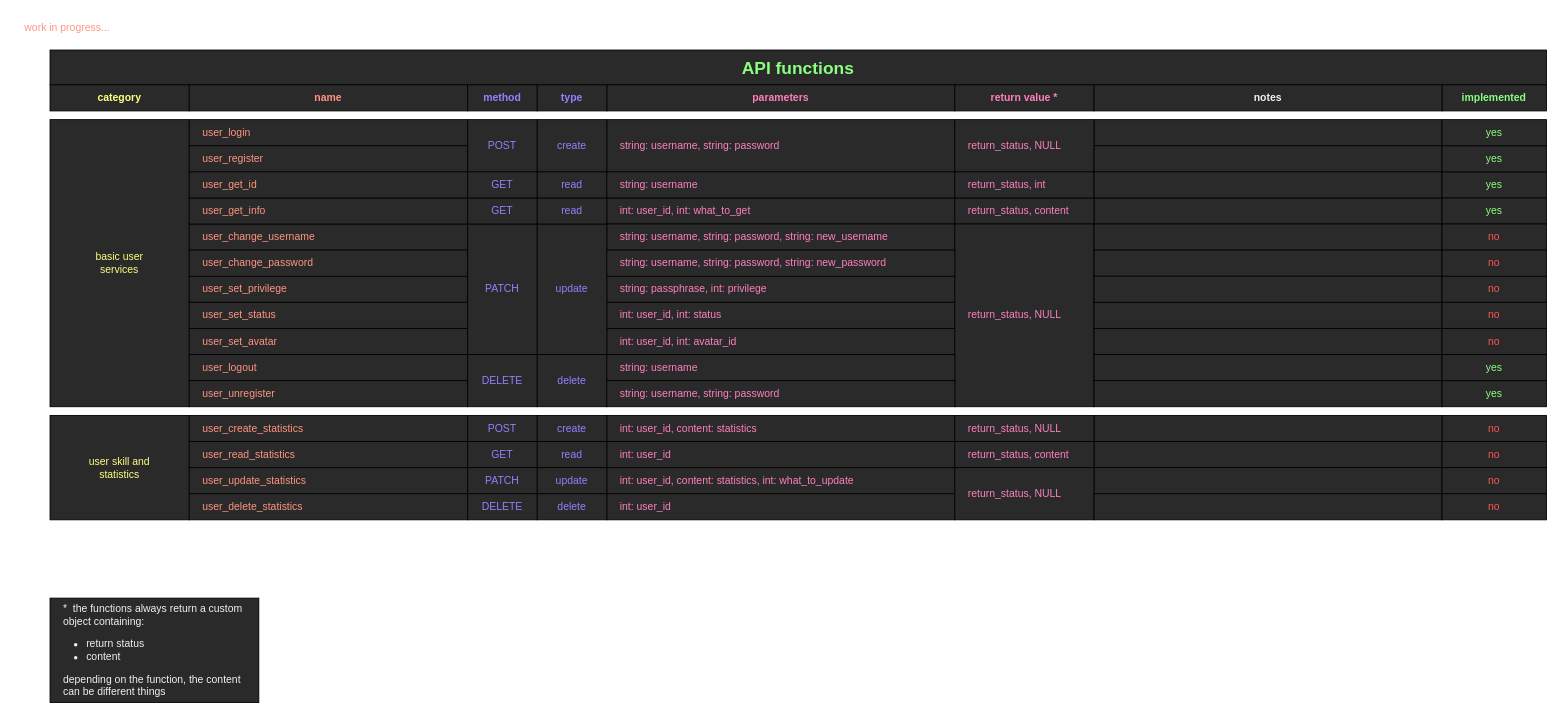
WaitingPigeon/BMCards keeps this draw.io diagram as page "API functions" (4 of 5) of Backend/BMCards_final_architecture.drawio. Above is the earlier version. Source tidied: cells renumbered, new cells numbered last; positions are measured from the earlier drawing's top-left corner, leaving out a move shared by most shapes. Both pictures are drawn from the tidied source at 87%, with x=0, y=0 at pixel (15, 15).
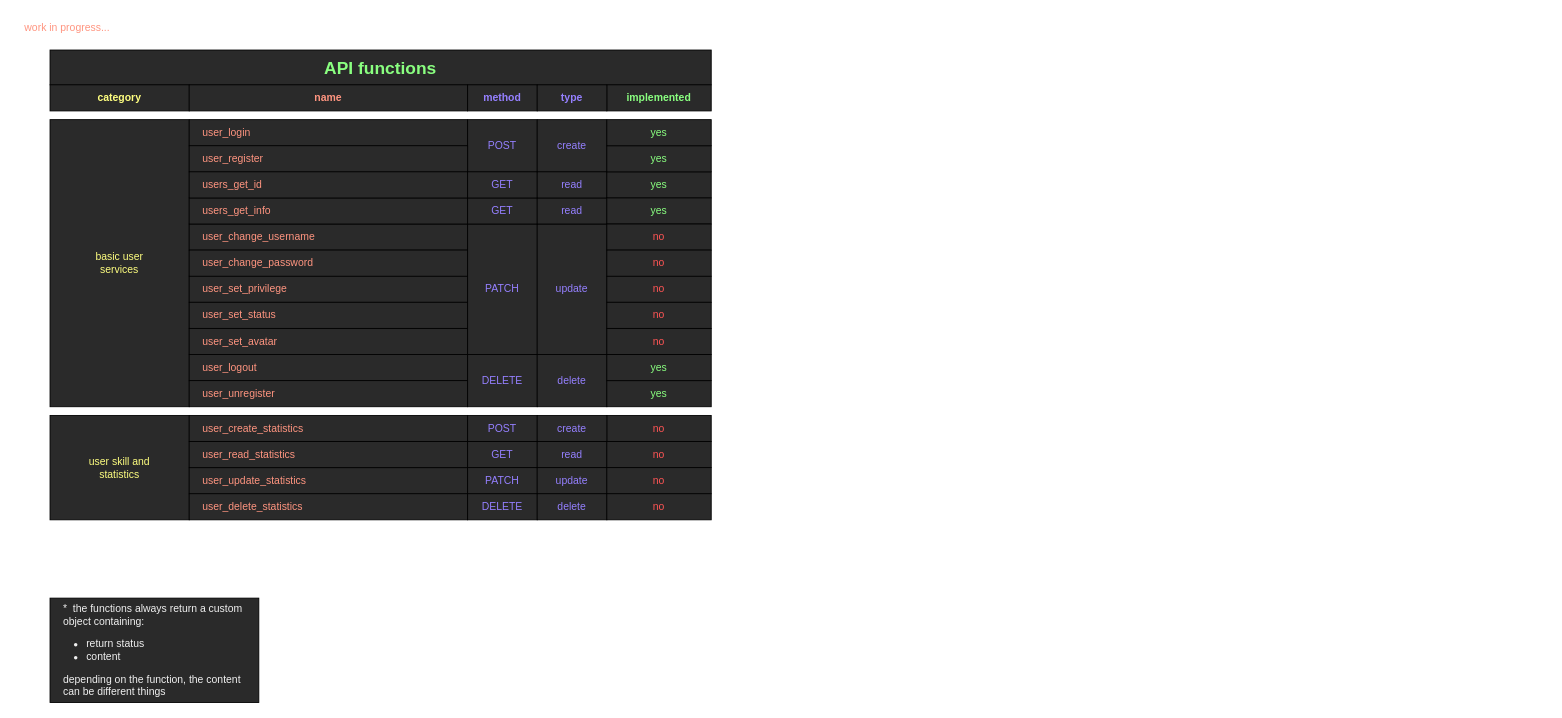
The same diagram, later.

Change to the diagram source:
```diff
@@
     <mxCell id="2" value="&lt;b&gt;&lt;font style=&quot;font-size: 20px;&quot;&gt;API functions&lt;/font&gt;&lt;/b&gt;" style="rounded=0;whiteSpace=wrap;html=1;fillColor=#2A2A2A;fontColor=#8AFF80;" parent="1" vertex="1">
-      <mxGeometry x="40" y="40" width="1720" height="40" as="geometry" />
+      <mxGeometry x="40" y="40" width="760" height="40" as="geometry" />
     </mxCell>
@@
-    <mxCell id="6" value="parameters" style="rounded=0;whiteSpace=wrap;html=1;fontSize=12;fillColor=#2A2A2A;fontColor=#ff80bf;fontStyle=1;" parent="1" vertex="1">
-      <mxGeometry x="680" y="80" width="400" height="30" as="geometry" />
-    </mxCell>
-    <mxCell id="7" value="&lt;font color=&quot;#ff80bf&quot;&gt;return value *&lt;/font&gt;" style="rounded=0;whiteSpace=wrap;html=1;fontSize=12;fillColor=#2A2A2A;fontColor=#F0F0F0;fontStyle=1;" parent="1" vertex="1">
-      <mxGeometry x="1080" y="80" width="160" height="30" as="geometry" />
-    </mxCell>
@@
-    <mxCell id="11" value="&amp;nbsp; &amp;nbsp; string: username, string: password" style="rounded=0;whiteSpace=wrap;html=1;fontSize=12;fillColor=#2A2A2A;fontColor=#ff80bf;fontStyle=0;align=left;" parent="1" vertex="1">
-      <mxGeometry x="680" y="120" width="400" height="60" as="geometry" />
-    </mxCell>
-    <mxCell id="12" style="rounded=0;whiteSpace=wrap;html=1;fontSize=12;fillColor=#2A2A2A;fontColor=#F0F0F0;fontStyle=0;align=left;" parent="1" vertex="1">
-      <mxGeometry x="1240" y="120" width="400" height="30" as="geometry" />
-    </mxCell>
@@
-    <mxCell id="15" value="&amp;nbsp; &amp;nbsp; int: user_id, int: what_to_get" style="rounded=0;whiteSpace=wrap;html=1;fontSize=12;fillColor=#2A2A2A;fontColor=#ff80bf;fontStyle=0;align=left;" parent="1" vertex="1">
-      <mxGeometry x="680" y="210" width="400" height="30" as="geometry" />
-    </mxCell>
@@
-    <mxCell id="17" value="&amp;nbsp; &amp;nbsp; string: username, string: password, string: new_username" style="rounded=0;whiteSpace=wrap;html=1;fontSize=12;fillColor=#2A2A2A;fontColor=#ff80bf;fontStyle=0;align=left;" parent="1" vertex="1">
-      <mxGeometry x="680" y="240" width="400" height="30" as="geometry" />
-    </mxCell>
@@
-    <mxCell id="20" value="&amp;nbsp; &amp;nbsp; string: passphrase, int: privilege" style="rounded=0;whiteSpace=wrap;html=1;fontSize=12;fillColor=#2A2A2A;fontColor=#ff80bf;fontStyle=0;align=left;" parent="1" vertex="1">
-      <mxGeometry x="680" y="300" width="400" height="30" as="geometry" />
-    </mxCell>
@@
-    <mxCell id="22" value="&amp;nbsp; &amp;nbsp; int: user_id, int: status" style="rounded=0;whiteSpace=wrap;html=1;fontSize=12;fillColor=#2A2A2A;fontColor=#ff80bf;fontStyle=0;align=left;" parent="1" vertex="1">
-      <mxGeometry x="680" y="330" width="400" height="30" as="geometry" />
-    </mxCell>
@@
-    <mxCell id="24" value="&amp;nbsp; &amp;nbsp; int: user_id, int: avatar_id" style="rounded=0;whiteSpace=wrap;html=1;fontSize=12;fillColor=#2A2A2A;fontColor=#ff80bf;fontStyle=0;align=left;" parent="1" vertex="1">
-      <mxGeometry x="680" y="360" width="400" height="30" as="geometry" />
-    </mxCell>
@@
-    <mxCell id="29" value="&amp;nbsp; &amp;nbsp; int: user_id, content: statistics" style="rounded=0;whiteSpace=wrap;html=1;fontSize=12;fillColor=#2A2A2A;fontColor=#ff80bf;fontStyle=0;align=left;" parent="1" vertex="1">
-      <mxGeometry x="680" y="460" width="400" height="30" as="geometry" />
-    </mxCell>
@@
-    <mxCell id="31" value="&amp;nbsp; &amp;nbsp; int: user_id, content: statistics, int: what_to_update" style="rounded=0;whiteSpace=wrap;html=1;fontSize=12;fillColor=#2A2A2A;fontColor=#ff80bf;fontStyle=0;align=left;" parent="1" vertex="1">
-      <mxGeometry x="680" y="520" width="400" height="30" as="geometry" />
-    </mxCell>
@@
-    <mxCell id="33" value="&amp;nbsp; &amp;nbsp; int: user_id" style="rounded=0;whiteSpace=wrap;html=1;fontSize=12;fillColor=#2A2A2A;fontColor=#ff80bf;fontStyle=0;align=left;" parent="1" vertex="1">
-      <mxGeometry x="680" y="490" width="400" height="30" as="geometry" />
-    </mxCell>
@@
-    <mxCell id="35" value="&amp;nbsp; &amp;nbsp; int: user_id" style="rounded=0;whiteSpace=wrap;html=1;fontSize=12;fillColor=#2A2A2A;fontColor=#ff80bf;fontStyle=0;align=left;" parent="1" vertex="1">
-      <mxGeometry x="680" y="550" width="400" height="30" as="geometry" />
-    </mxCell>
-    <mxCell id="36" value="&amp;nbsp; &amp;nbsp; user_get_info" style="rounded=0;whiteSpace=wrap;html=1;fontSize=12;fillColor=#2A2A2A;fontColor=#FF9580;fontStyle=0;align=left;" parent="1" vertex="1">
+    <mxCell id="36" value="&amp;nbsp; &amp;nbsp; users_get_info" style="rounded=0;whiteSpace=wrap;html=1;fontSize=12;fillColor=#2A2A2A;fontColor=#FF9580;fontStyle=0;align=left;" parent="1" vertex="1">
       <mxGeometry x="200" y="210" width="320" height="30" as="geometry" />
     </mxCell>
     <mxCell id="37" value="implemented" style="rounded=0;whiteSpace=wrap;html=1;fontSize=12;fillColor=#2A2A2A;fontColor=#8AFF80;fontStyle=1;" parent="1" vertex="1">
-      <mxGeometry x="1640" y="80" width="120" height="30" as="geometry" />
+      <mxGeometry x="680" y="80" width="120" height="30" as="geometry" />
     </mxCell>
     <mxCell id="38" value="no" style="rounded=0;whiteSpace=wrap;html=1;fontSize=12;fillColor=#2A2A2A;fontColor=#ff5555;fontStyle=0;" parent="1" vertex="1">
-      <mxGeometry x="1640" y="460" width="120" height="30" as="geometry" />
+      <mxGeometry x="680" y="460" width="120" height="30" as="geometry" />
     </mxCell>
@@
-    <mxCell id="54" value="&amp;nbsp; &amp;nbsp; return_status, NULL" style="rounded=0;whiteSpace=wrap;html=1;fontSize=12;fillColor=#2A2A2A;fontColor=#FF80BF;fontStyle=0;align=left;" parent="1" vertex="1">
-      <mxGeometry x="1080" y="120" width="160" height="60" as="geometry" />
-    </mxCell>
-    <mxCell id="55" value="&lt;b&gt;notes&lt;/b&gt;" style="rounded=0;whiteSpace=wrap;html=1;fontSize=12;fillColor=#2A2A2A;fontColor=#F0F0F0;fontStyle=0;align=center;" parent="1" vertex="1">
-      <mxGeometry x="1240" y="80" width="400" height="30" as="geometry" />
-    </mxCell>
-    <mxCell id="56" style="rounded=0;whiteSpace=wrap;html=1;fontSize=12;fillColor=#2A2A2A;fontColor=#F0F0F0;fontStyle=0;align=left;" parent="1" vertex="1">
-      <mxGeometry x="1240" y="150" width="400" height="30" as="geometry" />
-    </mxCell>
-    <mxCell id="57" style="rounded=0;whiteSpace=wrap;html=1;fontSize=12;fillColor=#2A2A2A;fontColor=#F0F0F0;fontStyle=0;align=left;" parent="1" vertex="1">
-      <mxGeometry x="1240" y="210" width="400" height="30" as="geometry" />
-    </mxCell>
-    <mxCell id="58" value="&amp;nbsp; &amp;nbsp; return_status, content" style="rounded=0;whiteSpace=wrap;html=1;fontSize=12;fillColor=#2A2A2A;fontColor=#FF80BF;fontStyle=0;align=left;" parent="1" vertex="1">
-      <mxGeometry x="1080" y="210" width="160" height="30" as="geometry" />
-    </mxCell>
-    <mxCell id="59" value="&amp;nbsp; &amp;nbsp; return_status, NULL" style="rounded=0;whiteSpace=wrap;html=1;fontSize=12;fillColor=#2A2A2A;fontColor=#FF80BF;fontStyle=0;align=left;" parent="1" vertex="1">
-      <mxGeometry x="1080" y="240" width="160" height="210" as="geometry" />
-    </mxCell>
-    <mxCell id="60" style="rounded=0;whiteSpace=wrap;html=1;fontSize=12;fillColor=#2A2A2A;fontColor=#F0F0F0;fontStyle=0;align=left;" parent="1" vertex="1">
-      <mxGeometry x="1240" y="460" width="400" height="30" as="geometry" />
-    </mxCell>
-    <mxCell id="61" value="&amp;nbsp; &amp;nbsp; return_status, NULL" style="rounded=0;whiteSpace=wrap;html=1;fontSize=12;fillColor=#2A2A2A;fontColor=#FF80BF;fontStyle=0;align=left;" parent="1" vertex="1">
-      <mxGeometry x="1080" y="460" width="160" height="30" as="geometry" />
-    </mxCell>
-    <mxCell id="62" style="rounded=0;whiteSpace=wrap;html=1;fontSize=12;fillColor=#2A2A2A;fontColor=#F0F0F0;fontStyle=0;align=left;" parent="1" vertex="1">
-      <mxGeometry x="1240" y="490" width="400" height="30" as="geometry" />
-    </mxCell>
-    <mxCell id="63" value="&amp;nbsp; &amp;nbsp; return_status, content" style="rounded=0;whiteSpace=wrap;html=1;fontSize=12;fillColor=#2A2A2A;fontColor=#FF80BF;fontStyle=0;align=left;" parent="1" vertex="1">
-      <mxGeometry x="1080" y="490" width="160" height="30" as="geometry" />
-    </mxCell>
-    <mxCell id="64" style="rounded=0;whiteSpace=wrap;html=1;fontSize=12;fillColor=#2A2A2A;fontColor=#F0F0F0;fontStyle=0;align=left;" parent="1" vertex="1">
-      <mxGeometry x="1240" y="520" width="400" height="30" as="geometry" />
-    </mxCell>
-    <mxCell id="65" value="&amp;nbsp; &amp;nbsp; return_status, NULL" style="rounded=0;whiteSpace=wrap;html=1;fontSize=12;fillColor=#2A2A2A;fontColor=#FF80BF;fontStyle=0;align=left;" parent="1" vertex="1">
-      <mxGeometry x="1080" y="520" width="160" height="60" as="geometry" />
-    </mxCell>
-    <mxCell id="66" style="rounded=0;whiteSpace=wrap;html=1;fontSize=12;fillColor=#2A2A2A;fontColor=#F0F0F0;fontStyle=0;align=left;" parent="1" vertex="1">
-      <mxGeometry x="1240" y="550" width="400" height="30" as="geometry" />
-    </mxCell>
-    <mxCell id="67" value="&amp;nbsp; &amp;nbsp; string: username, string: password, string: new_password" style="rounded=0;whiteSpace=wrap;html=1;fontSize=12;fillColor=#2A2A2A;fontColor=#ff80bf;fontStyle=0;align=left;" parent="1" vertex="1">
-      <mxGeometry x="680" y="270" width="400" height="30" as="geometry" />
-    </mxCell>
@@
-    <mxCell id="69" style="rounded=0;whiteSpace=wrap;html=1;fontSize=12;fillColor=#2A2A2A;fontColor=#F0F0F0;fontStyle=0;align=left;" parent="1" vertex="1">
-      <mxGeometry x="1240" y="330" width="400" height="30" as="geometry" />
-    </mxCell>
-    <mxCell id="70" style="rounded=0;whiteSpace=wrap;html=1;fontSize=12;fillColor=#2A2A2A;fontColor=#F0F0F0;fontStyle=0;align=left;" parent="1" vertex="1">
-      <mxGeometry x="1240" y="360" width="400" height="30" as="geometry" />
-    </mxCell>
-    <mxCell id="71" style="rounded=0;whiteSpace=wrap;html=1;fontSize=12;fillColor=#2A2A2A;fontColor=#F0F0F0;fontStyle=0;align=left;" parent="1" vertex="1">
-      <mxGeometry x="1240" y="390" width="400" height="30" as="geometry" />
-    </mxCell>
-    <mxCell id="72" style="rounded=0;whiteSpace=wrap;html=1;fontSize=12;fillColor=#2A2A2A;fontColor=#F0F0F0;fontStyle=0;align=left;" parent="1" vertex="1">
-      <mxGeometry x="1240" y="420" width="400" height="30" as="geometry" />
-    </mxCell>
-    <mxCell id="73" style="rounded=0;whiteSpace=wrap;html=1;fontSize=12;fillColor=#2A2A2A;fontColor=#F0F0F0;fontStyle=0;align=left;" parent="1" vertex="1">
-      <mxGeometry x="1240" y="240" width="400" height="30" as="geometry" />
-    </mxCell>
-    <mxCell id="74" style="rounded=0;whiteSpace=wrap;html=1;fontSize=12;fillColor=#2A2A2A;fontColor=#F0F0F0;fontStyle=0;align=left;" parent="1" vertex="1">
-      <mxGeometry x="1240" y="270" width="400" height="30" as="geometry" />
-    </mxCell>
-    <mxCell id="75" style="rounded=0;whiteSpace=wrap;html=1;fontSize=12;fillColor=#2A2A2A;fontColor=#F0F0F0;fontStyle=0;align=left;" parent="1" vertex="1">
-      <mxGeometry x="1240" y="300" width="400" height="30" as="geometry" />
-    </mxCell>
-    <mxCell id="76" value="&amp;nbsp; &amp;nbsp; user_get_id" style="rounded=0;whiteSpace=wrap;html=1;fontSize=12;fillColor=#2A2A2A;fontColor=#FF9580;fontStyle=0;align=left;" parent="1" vertex="1">
+    <mxCell id="76" value="&amp;nbsp; &amp;nbsp; users_get_id" style="rounded=0;whiteSpace=wrap;html=1;fontSize=12;fillColor=#2A2A2A;fontColor=#FF9580;fontStyle=0;align=left;" parent="1" vertex="1">
       <mxGeometry x="200" y="180" width="320" height="30" as="geometry" />
     </mxCell>
@@
-    <mxCell id="79" value="&amp;nbsp; &amp;nbsp; string: username" style="rounded=0;whiteSpace=wrap;html=1;fontSize=12;fillColor=#2A2A2A;fontColor=#ff80bf;fontStyle=0;align=left;" parent="1" vertex="1">
-      <mxGeometry x="680" y="180" width="400" height="30" as="geometry" />
-    </mxCell>
-    <mxCell id="80" value="&amp;nbsp; &amp;nbsp; return_status, int" style="rounded=0;whiteSpace=wrap;html=1;fontSize=12;fillColor=#2A2A2A;fontColor=#FF80BF;fontStyle=0;align=left;" parent="1" vertex="1">
-      <mxGeometry x="1080" y="180" width="160" height="30" as="geometry" />
-    </mxCell>
-    <mxCell id="81" style="rounded=0;whiteSpace=wrap;html=1;fontSize=12;fillColor=#2A2A2A;fontColor=#F0F0F0;fontStyle=0;align=left;" parent="1" vertex="1">
-      <mxGeometry x="1240" y="180" width="400" height="30" as="geometry" />
-    </mxCell>
     <mxCell id="82" value="no" style="rounded=0;whiteSpace=wrap;html=1;fontSize=12;fillColor=#2A2A2A;fontColor=#ff5555;fontStyle=0;" parent="1" vertex="1">
-      <mxGeometry x="1640" y="490" width="120" height="30" as="geometry" />
+      <mxGeometry x="680" y="490" width="120" height="30" as="geometry" />
     </mxCell>
     <mxCell id="83" value="no" style="rounded=0;whiteSpace=wrap;html=1;fontSize=12;fillColor=#2A2A2A;fontColor=#ff5555;fontStyle=0;" parent="1" vertex="1">
-      <mxGeometry x="1640" y="520" width="120" height="30" as="geometry" />
+      <mxGeometry x="680" y="520" width="120" height="30" as="geometry" />
     </mxCell>
     <mxCell id="84" value="no" style="rounded=0;whiteSpace=wrap;html=1;fontSize=12;fillColor=#2A2A2A;fontColor=#ff5555;fontStyle=0;" parent="1" vertex="1">
-      <mxGeometry x="1640" y="550" width="120" height="30" as="geometry" />
+      <mxGeometry x="680" y="550" width="120" height="30" as="geometry" />
     </mxCell>
     <mxCell id="85" value="yes" style="rounded=0;whiteSpace=wrap;html=1;fontSize=12;fillColor=#2A2A2A;fontColor=#8AFF80;fontStyle=0;" parent="1" vertex="1">
-      <mxGeometry x="1640" y="420" width="120" height="30" as="geometry" />
+      <mxGeometry x="680" y="420" width="120" height="30" as="geometry" />
     </mxCell>
     <mxCell id="86" value="no" style="rounded=0;whiteSpace=wrap;html=1;fontSize=12;fillColor=#2A2A2A;fontColor=#ff5555;fontStyle=0;" parent="1" vertex="1">
-      <mxGeometry x="1640" y="300" width="120" height="30" as="geometry" />
+      <mxGeometry x="680" y="300" width="120" height="30" as="geometry" />
     </mxCell>
     <mxCell id="87" value="no" style="rounded=0;whiteSpace=wrap;html=1;fontSize=12;fillColor=#2A2A2A;fontColor=#ff5555;fontStyle=0;" parent="1" vertex="1">
-      <mxGeometry x="1640" y="330" width="120" height="30" as="geometry" />
+      <mxGeometry x="680" y="330" width="120" height="30" as="geometry" />
     </mxCell>
     <mxCell id="88" value="no" style="rounded=0;whiteSpace=wrap;html=1;fontSize=12;fillColor=#2A2A2A;fontColor=#ff5555;fontStyle=0;" parent="1" vertex="1">
-      <mxGeometry x="1640" y="360" width="120" height="30" as="geometry" />
+      <mxGeometry x="680" y="360" width="120" height="30" as="geometry" />
     </mxCell>
     <mxCell id="89" value="yes" style="rounded=0;whiteSpace=wrap;html=1;fontSize=12;fillColor=#2A2A2A;fontColor=#8AFF80;fontStyle=0;" parent="1" vertex="1">
-      <mxGeometry x="1640" y="390" width="120" height="30" as="geometry" />
+      <mxGeometry x="680" y="390" width="120" height="30" as="geometry" />
     </mxCell>
     <mxCell id="90" value="yes" style="rounded=0;whiteSpace=wrap;html=1;fontSize=12;fillColor=#2A2A2A;fontColor=#8AFF80;fontStyle=0;" parent="1" vertex="1">
-      <mxGeometry x="1640" y="180" width="120" height="30" as="geometry" />
+      <mxGeometry x="680" y="180" width="120" height="30" as="geometry" />
     </mxCell>
     <mxCell id="91" value="yes" style="rounded=0;whiteSpace=wrap;html=1;fontSize=12;fillColor=#2A2A2A;fontColor=#8AFF80;fontStyle=0;" parent="1" vertex="1">
-      <mxGeometry x="1640" y="210" width="120" height="30" as="geometry" />
+      <mxGeometry x="680" y="210" width="120" height="30" as="geometry" />
     </mxCell>
     <mxCell id="92" value="no" style="rounded=0;whiteSpace=wrap;html=1;fontSize=12;fillColor=#2A2A2A;fontColor=#ff5555;fontStyle=0;" parent="1" vertex="1">
-      <mxGeometry x="1640" y="240" width="120" height="30" as="geometry" />
+      <mxGeometry x="680" y="240" width="120" height="30" as="geometry" />
     </mxCell>
     <mxCell id="93" value="no" style="rounded=0;whiteSpace=wrap;html=1;fontSize=12;fillColor=#2A2A2A;fontColor=#ff5555;fontStyle=0;" parent="1" vertex="1">
-      <mxGeometry x="1640" y="270" width="120" height="30" as="geometry" />
+      <mxGeometry x="680" y="270" width="120" height="30" as="geometry" />
     </mxCell>
     <mxCell id="94" value="yes" style="rounded=0;whiteSpace=wrap;html=1;fontSize=12;fillColor=#2A2A2A;fontColor=#8AFF80;fontStyle=0;" parent="1" vertex="1">
-      <mxGeometry x="1640" y="150" width="120" height="30" as="geometry" />
+      <mxGeometry x="680" y="150" width="120" height="30" as="geometry" />
     </mxCell>
     <mxCell id="95" value="yes" style="rounded=0;whiteSpace=wrap;html=1;fontSize=12;fillColor=#2A2A2A;fontColor=#8AFF80;fontStyle=0;" parent="1" vertex="1">
-      <mxGeometry x="1640" y="120" width="120" height="30" as="geometry" />
+      <mxGeometry x="680" y="120" width="120" height="30" as="geometry" />
     </mxCell>
@@
-    <mxCell id="97" value="&amp;nbsp; &amp;nbsp; string: username" style="rounded=0;whiteSpace=wrap;html=1;fontSize=12;fillColor=#2A2A2A;fontColor=#ff80bf;fontStyle=0;align=left;" parent="1" vertex="1">
-      <mxGeometry x="680" y="390" width="400" height="30" as="geometry" />
-    </mxCell>
-    <mxCell id="98" value="&amp;nbsp; &amp;nbsp; string: username, string: password" style="rounded=0;whiteSpace=wrap;html=1;fontSize=12;fillColor=#2A2A2A;fontColor=#ff80bf;fontStyle=0;align=left;" parent="1" vertex="1">
-      <mxGeometry x="680" y="420" width="400" height="30" as="geometry" />
-    </mxCell>
```
